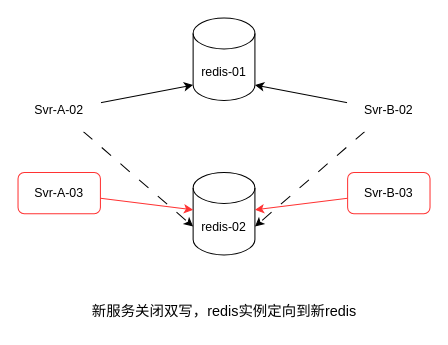
The draw.io diagram redis/step-04.drawio in luotian-ola/data-migrate, before the edit. Source tidied: cells renumbered, new cells numbered last; positions are measured from the earlier drawing's top-left corner, leaving out a move shared by most shapes. Both pictures are drawn from the tidied source at 103%, with x=0, y=0 at pixel (18, 18).
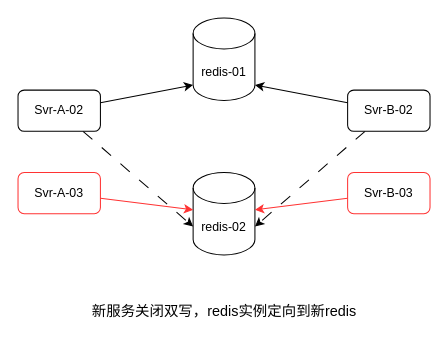
Above is the later version.

Change to the diagram source:
```diff
@@
 <mxGraphModel>
   <root>
     <mxCell id="0" />
     <mxCell id="1" parent="0" />
     <mxCell id="2" value="redis-01" style="shape=cylinder3;whiteSpace=wrap;html=1;boundedLbl=1;backgroundOutline=1;size=15;" parent="1" vertex="1">
       <mxGeometry x="170" width="60" height="80" as="geometry" />
     </mxCell>
     <mxCell id="3" value="新服务关闭双写，redis实例定向到新redis" style="text;html=1;align=center;verticalAlign=middle;strokeColor=none;fillColor=none;fontSize=14;" parent="1" vertex="1">
       <mxGeometry x="60" y="270" width="280" height="30" as="geometry" />
     </mxCell>
     <mxCell id="4" value="redis-02" style="shape=cylinder3;whiteSpace=wrap;html=1;boundedLbl=1;backgroundOutline=1;size=15;" parent="1" vertex="1">
       <mxGeometry x="170" y="150" width="60" height="80" as="geometry" />
     </mxCell>
     <mxCell id="5" style="edgeStyle=none;html=1;entryX=0;entryY=1;entryDx=0;entryDy=-15;entryPerimeter=0;" parent="1" edge="1" source="7" target="2">
       <mxGeometry relative="1" as="geometry" />
     </mxCell>
     <mxCell id="6" style="edgeStyle=none;html=1;entryX=0;entryY=0;entryDx=0;entryDy=52.5;entryPerimeter=0;dashed=1;dashPattern=12 12;" parent="1" edge="1" source="7" target="4">
       <mxGeometry relative="1" as="geometry" />
     </mxCell>
-    <mxCell id="7" value="Svr-A-02" style="rounded=1;whiteSpace=wrap;html=1;strokeColor=#FFFFFF;" parent="1" vertex="1">
+    <mxCell id="7" value="Svr-A-02" style="rounded=1;whiteSpace=wrap;html=1;" parent="1" vertex="1">
       <mxGeometry y="70" width="80" height="40" as="geometry" />
     </mxCell>
     <mxCell id="8" style="edgeStyle=none;html=1;entryX=1;entryY=1;entryDx=0;entryDy=-15;entryPerimeter=0;" parent="1" edge="1" source="10" target="2">
       <mxGeometry relative="1" as="geometry" />
     </mxCell>
     <mxCell id="9" style="edgeStyle=none;html=1;entryX=1;entryY=0;entryDx=0;entryDy=52.5;entryPerimeter=0;dashed=1;dashPattern=12 12;" parent="1" edge="1" source="10" target="4">
       <mxGeometry relative="1" as="geometry" />
     </mxCell>
-    <mxCell id="10" value="Svr-B-02" style="rounded=1;whiteSpace=wrap;html=1;strokeColor=#FFFFFF;" parent="1" vertex="1">
+    <mxCell id="10" value="Svr-B-02" style="rounded=1;whiteSpace=wrap;html=1;" parent="1" vertex="1">
       <mxGeometry x="320" y="70" width="80" height="40" as="geometry" />
     </mxCell>
     <mxCell id="11" style="edgeStyle=none;html=1;strokeColor=#FF3333;" parent="1" edge="1" source="12" target="4">
       <mxGeometry relative="1" as="geometry" />
     </mxCell>
     <mxCell id="12" value="Svr-A-03" style="rounded=1;whiteSpace=wrap;html=1;strokeColor=#FF3333;" parent="1" vertex="1">
       <mxGeometry y="150" width="80" height="40" as="geometry" />
     </mxCell>
     <mxCell id="13" style="edgeStyle=none;html=1;strokeColor=#FF3333;" parent="1" edge="1" source="14" target="4">
       <mxGeometry relative="1" as="geometry" />
     </mxCell>
     <mxCell id="14" value="Svr-B-03" style="rounded=1;whiteSpace=wrap;html=1;strokeColor=#FF3333;" parent="1" vertex="1">
       <mxGeometry x="320" y="150" width="80" height="40" as="geometry" />
     </mxCell>
   </root>
 </mxGraphModel>
```
